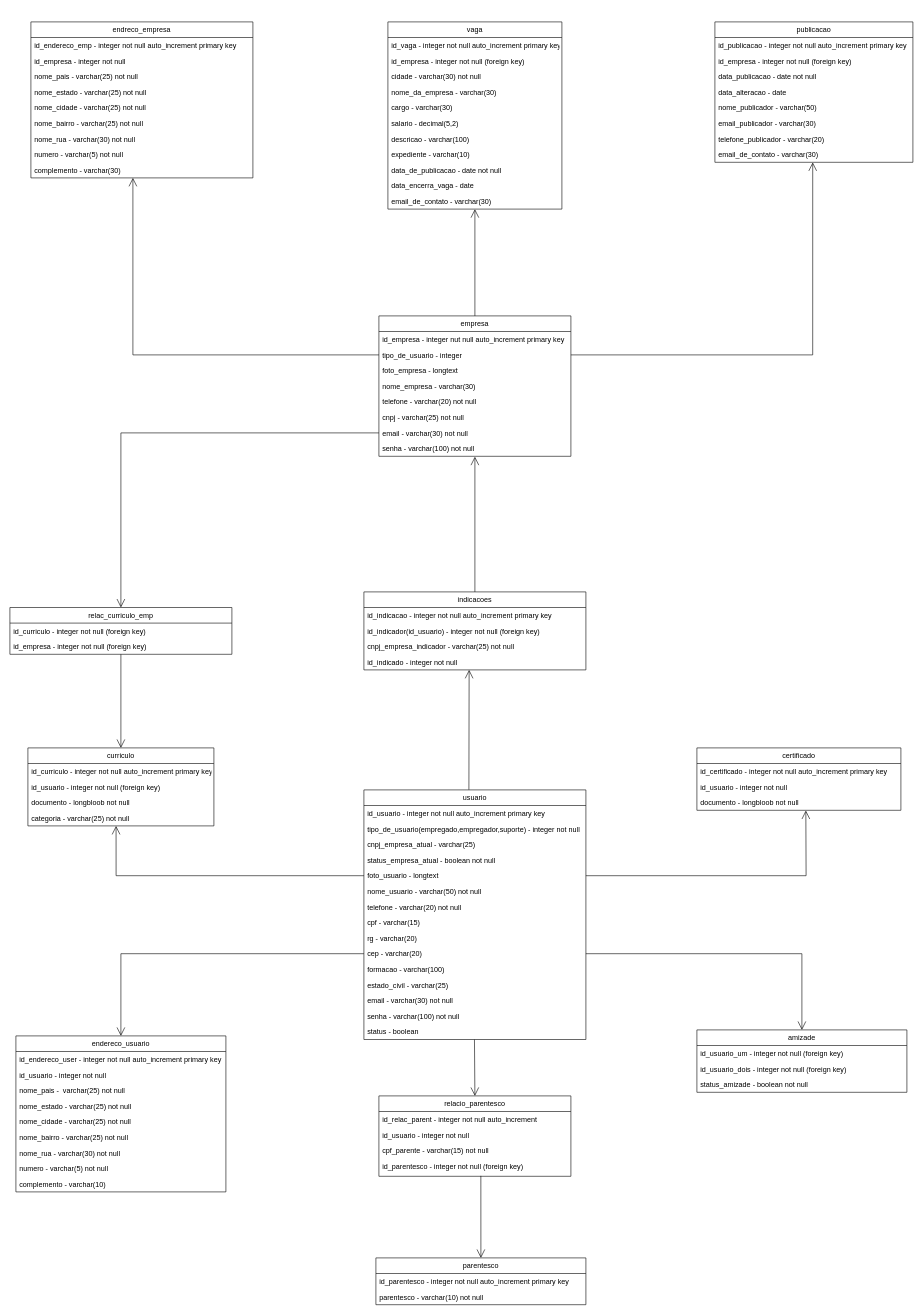
diogohmedeiros/indev keeps this draw.io diagram as documentos/diagramas/uml_projeto.drawio. Above is the earlier version. Source tidied: cells renumbered, new cells numbered last; positions are measured from the earlier drawing's top-left corner, leaving out a move shared by most shapes. Both pictures are drawn from the tidied source at 60%, with x=0, y=0 at pixel (10, 22).
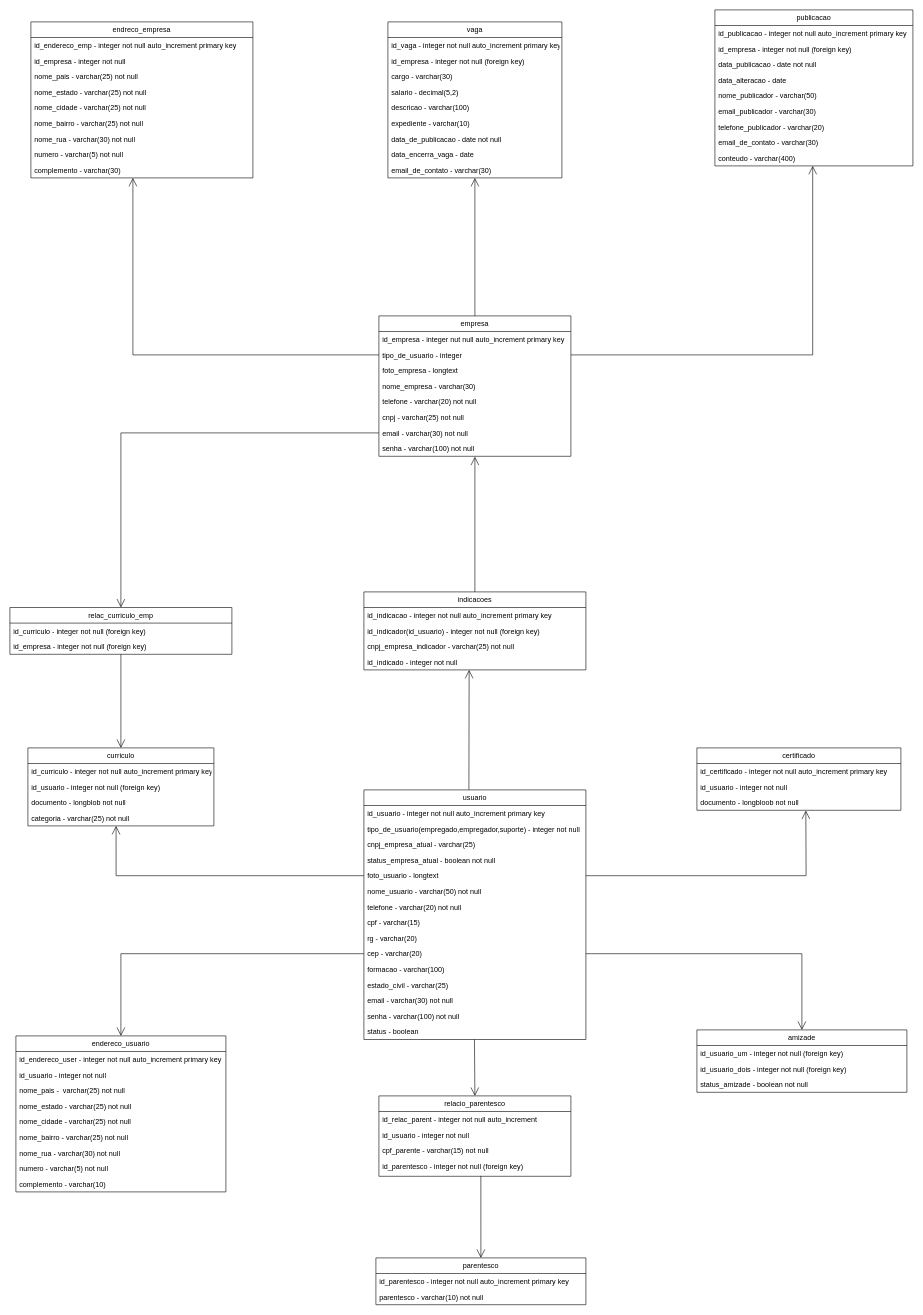
Above is the later version.

The change refers to these unchanged cells:
```xml
<mxCell id="20" value="tipo_de_usuario - integer" style="text;strokeColor=none;fillColor=none;align=left;verticalAlign=top;spacingLeft=4;spacingRight=4;overflow=hidden;points=[[0,0.5],[1,0.5]];portConstraint=eastwest;" parent="18" vertex="1">
  <mxGeometry y="52" width="320" height="26" as="geometry" />
</mxCell>
<mxCell id="48" value="email_de_contato - varchar(30)" style="text;strokeColor=none;fillColor=none;align=left;verticalAlign=top;spacingLeft=4;spacingRight=4;overflow=hidden;points=[[0,0.5],[1,0.5]];portConstraint=eastwest;" parent="40" vertex="1">
  <mxGeometry y="208" width="330" height="26" as="geometry" />
</mxCell>
<mxCell id="49" value="curriculo" style="swimlane;fontStyle=0;horizontal=1;startSize=26;fillColor=none;" parent="1" vertex="1">
  <mxGeometry x="30" y="1210" width="310" height="130" as="geometry" />
</mxCell>
```

What changed in the source:
```diff
@@
     <mxCell id="28" value="vaga" style="swimlane;fontStyle=0;horizontal=1;startSize=26;fillColor=none;" parent="1" vertex="1">
-      <mxGeometry x="630" width="290" height="312" as="geometry" />
+      <mxGeometry x="630" width="290" height="260" as="geometry" />
     </mxCell>
@@
-    <mxCell id="31" value="cidade - varchar(30) not null" style="text;strokeColor=none;fillColor=none;align=left;verticalAlign=top;spacingLeft=4;spacingRight=4;overflow=hidden;" parent="28" vertex="1">
-      <mxGeometry y="78" width="290" height="26" as="geometry" />
-    </mxCell>
-    <mxCell id="32" value="nome_da_empresa - varchar(30) " style="text;strokeColor=none;fillColor=none;align=left;verticalAlign=top;spacingLeft=4;spacingRight=4;overflow=hidden;" parent="28" vertex="1">
-      <mxGeometry y="104" width="290" height="26" as="geometry" />
-    </mxCell>
     <mxCell id="33" value="cargo - varchar(30)" style="text;strokeColor=none;fillColor=none;align=left;verticalAlign=top;spacingLeft=4;spacingRight=4;overflow=hidden;" parent="28" vertex="1">
-      <mxGeometry y="130" width="290" height="26" as="geometry" />
+      <mxGeometry y="78" width="290" height="26" as="geometry" />
     </mxCell>
     <mxCell id="34" value="salario - decimal(5,2)" style="text;strokeColor=none;fillColor=none;align=left;verticalAlign=top;spacingLeft=4;spacingRight=4;overflow=hidden;" parent="28" vertex="1">
-      <mxGeometry y="156" width="290" height="26" as="geometry" />
+      <mxGeometry y="104" width="290" height="26" as="geometry" />
     </mxCell>
     <mxCell id="35" value="descricao - varchar(100)" style="text;strokeColor=none;fillColor=none;align=left;verticalAlign=top;spacingLeft=4;spacingRight=4;overflow=hidden;" parent="28" vertex="1">
-      <mxGeometry y="182" width="290" height="26" as="geometry" />
+      <mxGeometry y="130" width="290" height="26" as="geometry" />
     </mxCell>
     <mxCell id="36" value="expediente - varchar(10)" style="text;strokeColor=none;fillColor=none;align=left;verticalAlign=top;spacingLeft=4;spacingRight=4;overflow=hidden;" parent="28" vertex="1">
-      <mxGeometry y="208" width="290" height="26" as="geometry" />
+      <mxGeometry y="156" width="290" height="26" as="geometry" />
     </mxCell>
     <mxCell id="37" value="data_de_publicacao - date not null" style="text;strokeColor=none;fillColor=none;align=left;verticalAlign=top;spacingLeft=4;spacingRight=4;overflow=hidden;" parent="28" vertex="1">
-      <mxGeometry y="234" width="290" height="26" as="geometry" />
+      <mxGeometry y="182" width="290" height="26" as="geometry" />
     </mxCell>
     <mxCell id="38" value="data_encerra_vaga - date" style="text;strokeColor=none;fillColor=none;align=left;verticalAlign=top;spacingLeft=4;spacingRight=4;overflow=hidden;" parent="28" vertex="1">
-      <mxGeometry y="260" width="290" height="26" as="geometry" />
+      <mxGeometry y="208" width="290" height="26" as="geometry" />
     </mxCell>
     <mxCell id="39" value="email_de_contato - varchar(30)" style="text;strokeColor=none;fillColor=none;align=left;verticalAlign=top;spacingLeft=4;spacingRight=4;overflow=hidden;points=[[0,0.5],[1,0.5]];portConstraint=eastwest;" parent="28" vertex="1">
-      <mxGeometry y="286" width="290" height="26" as="geometry" />
+      <mxGeometry y="234" width="290" height="26" as="geometry" />
     </mxCell>
     <mxCell id="40" value="publicacao" style="swimlane;fontStyle=0;horizontal=1;startSize=26;fillColor=none;" parent="1" vertex="1">
-      <mxGeometry x="1175" width="330" height="234" as="geometry" />
+      <mxGeometry x="1175" y="-20" width="330" height="260" as="geometry" />
     </mxCell>
@@
+    <mxCell id="110" value="conteudo - varchar(400)" style="text;strokeColor=none;fillColor=none;align=left;verticalAlign=top;spacingLeft=4;spacingRight=4;overflow=hidden;" parent="40" vertex="1">
+      <mxGeometry y="234" width="330" height="26" as="geometry" />
+    </mxCell>
@@
-    <mxCell id="52" value="documento - longbloob not null" style="text;strokeColor=none;fillColor=none;align=left;verticalAlign=top;spacingLeft=4;spacingRight=4;overflow=hidden;" parent="49" vertex="1">
+    <mxCell id="52" value="documento - longblob not null" style="text;strokeColor=none;fillColor=none;align=left;verticalAlign=top;spacingLeft=4;spacingRight=4;overflow=hidden;" parent="49" vertex="1">
       <mxGeometry y="78" width="310" height="26" as="geometry" />
     </mxCell>
@@
-    <mxCell id="101" style="endArrow=open;endFill=1;endSize=12;html=1;rounded=0;exitX=1;exitY=0.5;exitDx=0;exitDy=0;entryX=0.494;entryY=1.008;entryDx=0;entryDy=0;entryPerimeter=0;" parent="1" edge="1" source="20" target="48">
+    <mxCell id="101" style="endArrow=open;endFill=1;endSize=12;html=1;rounded=0;exitX=1;exitY=0.5;exitDx=0;exitDy=0;" parent="1" edge="1" source="20">
       <mxGeometry relative="1" as="geometry">
+        <mxPoint x="1338" y="240" as="targetPoint" />
         <Array as="points">
           <mxPoint x="1338" y="555" />
         </Array>
       </mxGeometry>
     </mxCell>
```
